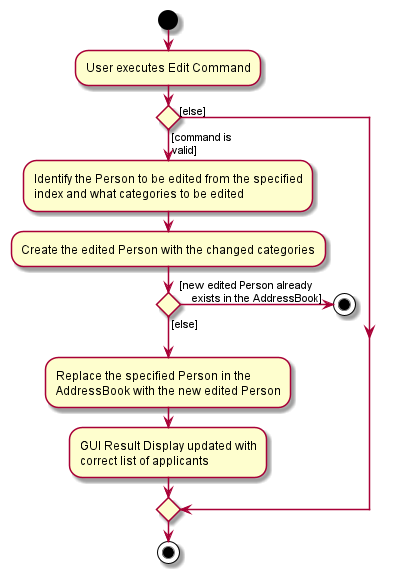
The PlantUML diagram docs/images/EditCommandActivityDiagram.png in nus-cs2103-AY2122S1/tp, before a commit. Source of this version:
```plantuml
@startuml
start
:User executes Edit Command;


if () then ([command is
valid])

    :Identify the Person to be edited from the specified
    index and what categories to be edited;
    :Create the edited Person with the changed categories;

    if () then ([new edited Person already
    exists in the AddressBook])

        stop

    else ([else])
    endif

    :Replace the specified Person in the
    AddressBook with the new edited Person;

    :GUI Result Display updated with
    correct list of applicants;
else ([else])
endif
stop
@enduml
```
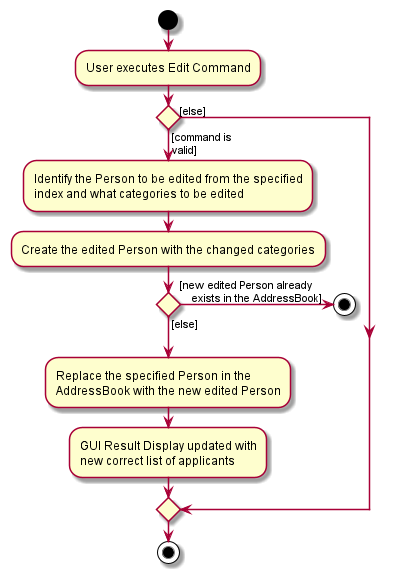
The same file after the commit.

Commit message:
Add AddCommandActivityDiagram UML

What changed in the source:
```diff
@@ -22,7 +22,7 @@
     AddressBook with the new edited Person;
 
     :GUI Result Display updated with
-    correct list of applicants;
+    new correct list of applicants;
 else ([else])
 endif
 stop
```
